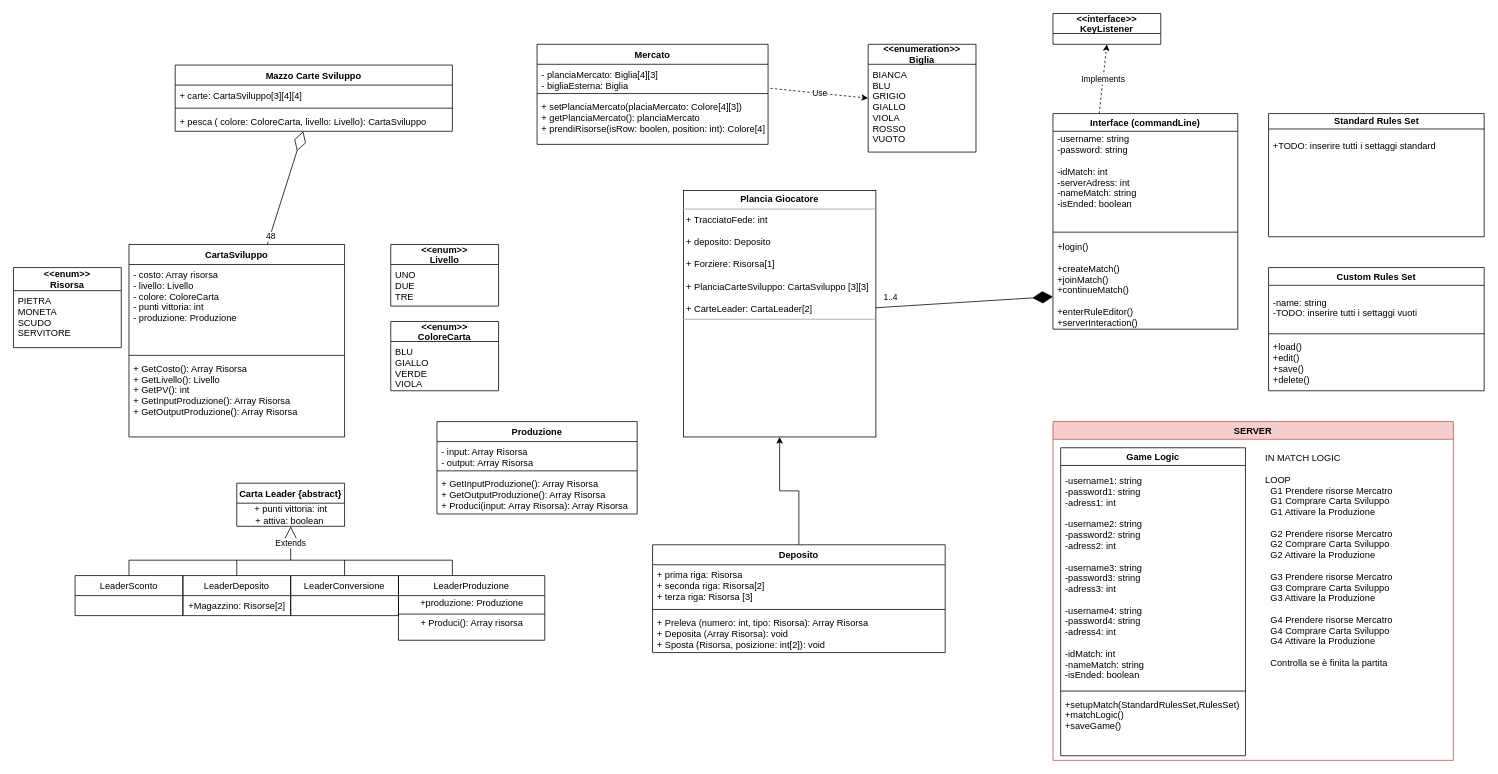
This is Untitled Diagram.drawio from DavideLancini/ing-sw-2021-Lancini-Gilli-Frigerio, a draw.io file, before an edit. Source tidied: cells renumbered, new cells numbered last; positions are measured from the earlier drawing's top-left corner, leaving out a move shared by most shapes. Both pictures are drawn from the tidied source at 77%, with x=0, y=0 at pixel (13, 13).
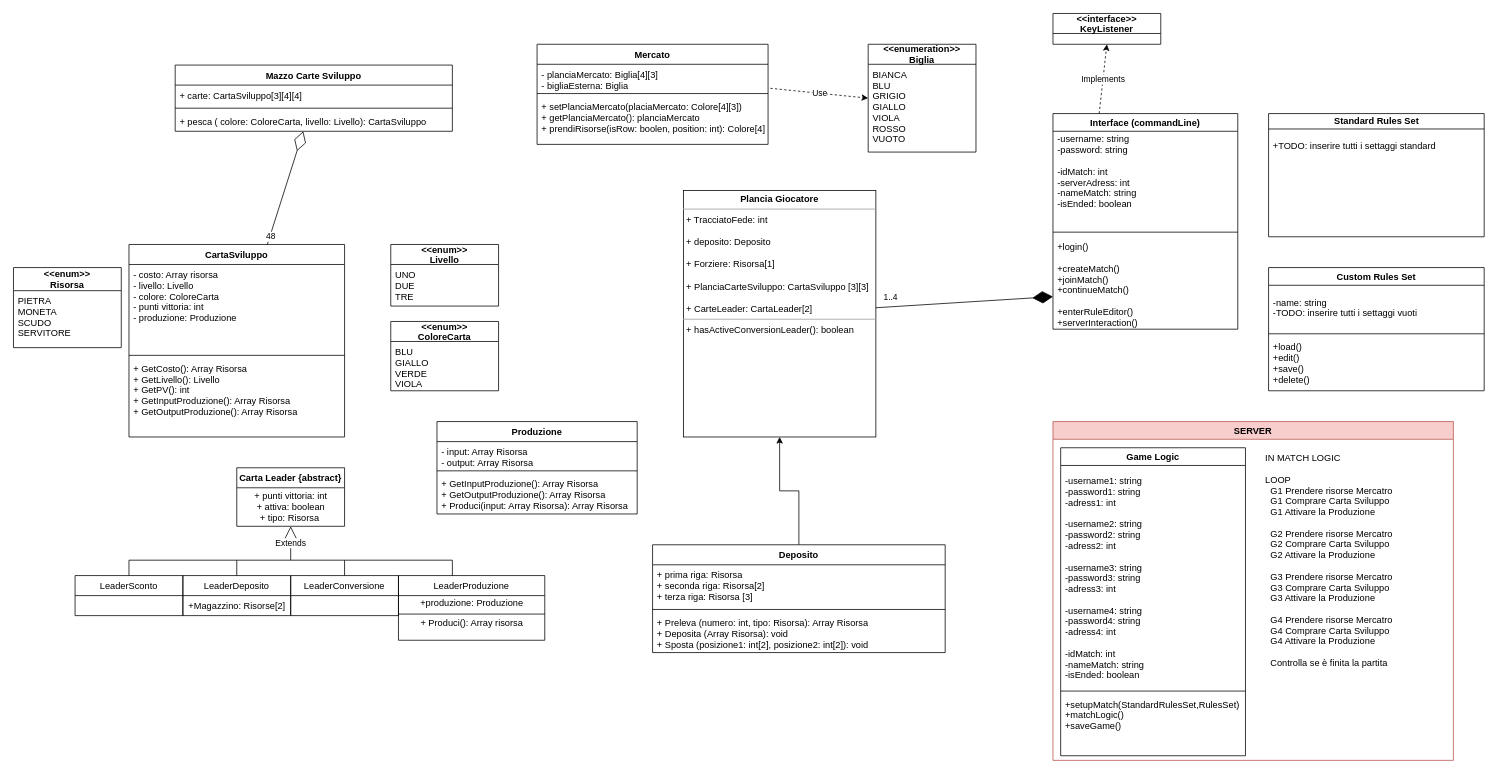
Above is the later version.

The change refers to these unchanged cells:
```xml
<mxCell id="59" value="Deposito" style="swimlane;fontStyle=1;align=center;verticalAlign=top;horizontal=1;startSize=26;swimlaneFillColor=#ffffff;" parent="1" vertex="1">
  <mxGeometry x="830" y="690" width="380" height="140" as="geometry" />
</mxCell>
```

What changed in the source:
```diff
@@
-    <mxCell id="6" value="&lt;p style=&quot;margin: 0px ; margin-top: 4px ; text-align: center&quot;&gt;&lt;b&gt;Plancia Giocatore&lt;/b&gt;&lt;/p&gt;&lt;hr size=&quot;1&quot;&gt;&lt;p style=&quot;margin: 0px ; margin-left: 4px&quot;&gt;+ TracciatoFede: int&lt;/p&gt;&lt;p style=&quot;margin: 0px ; margin-left: 4px&quot;&gt;&lt;br&gt;&lt;/p&gt;&lt;p style=&quot;margin: 0px ; margin-left: 4px&quot;&gt;+ deposito: Deposito&lt;/p&gt;&lt;p style=&quot;margin: 0px ; margin-left: 4px&quot;&gt;&lt;br&gt;&lt;/p&gt;&lt;p style=&quot;margin: 0px ; margin-left: 4px&quot;&gt;+ Forziere: Risorsa[1]&lt;/p&gt;&lt;p style=&quot;margin: 0px ; margin-left: 4px&quot;&gt;&lt;br&gt;&lt;/p&gt;&lt;p style=&quot;margin: 0px ; margin-left: 4px&quot;&gt;+ PlanciaCarteSviluppo: CartaSviluppo [3][3]&lt;/p&gt;&lt;p style=&quot;margin: 0px ; margin-left: 4px&quot;&gt;&lt;br&gt;&lt;/p&gt;&lt;p style=&quot;margin: 0px ; margin-left: 4px&quot;&gt;+ CarteLeader: CartaLeader[2]&lt;/p&gt;&lt;hr size=&quot;1&quot;&gt;&lt;p style=&quot;margin: 0px ; margin-left: 4px&quot;&gt;&lt;br&gt;&lt;/p&gt;" style="verticalAlign=top;align=left;overflow=fill;fontSize=12;fontFamily=Helvetica;html=1;" parent="1" vertex="1">
+    <mxCell id="6" value="&lt;p style=&quot;margin: 0px ; margin-top: 4px ; text-align: center&quot;&gt;&lt;b&gt;Plancia Giocatore&lt;/b&gt;&lt;/p&gt;&lt;hr size=&quot;1&quot;&gt;&lt;p style=&quot;margin: 0px ; margin-left: 4px&quot;&gt;+ TracciatoFede: int&lt;/p&gt;&lt;p style=&quot;margin: 0px ; margin-left: 4px&quot;&gt;&lt;br&gt;&lt;/p&gt;&lt;p style=&quot;margin: 0px ; margin-left: 4px&quot;&gt;+ deposito: Deposito&lt;/p&gt;&lt;p style=&quot;margin: 0px ; margin-left: 4px&quot;&gt;&lt;br&gt;&lt;/p&gt;&lt;p style=&quot;margin: 0px ; margin-left: 4px&quot;&gt;+ Forziere: Risorsa[1]&lt;/p&gt;&lt;p style=&quot;margin: 0px ; margin-left: 4px&quot;&gt;&lt;br&gt;&lt;/p&gt;&lt;p style=&quot;margin: 0px ; margin-left: 4px&quot;&gt;+ PlanciaCarteSviluppo: CartaSviluppo [3][3]&lt;/p&gt;&lt;p style=&quot;margin: 0px ; margin-left: 4px&quot;&gt;&lt;br&gt;&lt;/p&gt;&lt;p style=&quot;margin: 0px ; margin-left: 4px&quot;&gt;+ CarteLeader: CartaLeader[2]&lt;/p&gt;&lt;hr size=&quot;1&quot;&gt;&lt;p style=&quot;margin: 0px ; margin-left: 4px&quot;&gt;+ hasActiveConversionLeader(): boolean&lt;/p&gt;" style="verticalAlign=top;align=left;overflow=fill;fontSize=12;fontFamily=Helvetica;html=1;" parent="1" vertex="1">
       <mxGeometry x="870" y="230" width="250" height="320" as="geometry" />
     </mxCell>
@@
     <mxCell id="11" value="Carta Leader {abstract}" style="swimlane;fontStyle=1;horizontal=1;startSize=26;fillColor=none;" parent="1" vertex="1">
-      <mxGeometry x="290" y="610" width="140" height="56" as="geometry" />
+      <mxGeometry x="290" y="590" width="140" height="76" as="geometry" />
     </mxCell>
-    <mxCell id="12" value="&lt;span style=&quot;text-align: left&quot;&gt;+ punti vittoria: int&lt;br&gt;+ attiva: boolean&amp;nbsp;&lt;/span&gt;" style="text;html=1;align=center;verticalAlign=middle;" parent="11" vertex="1">
-      <mxGeometry y="26" width="140" height="30" as="geometry" />
+    <mxCell id="12" value="&lt;span style=&quot;text-align: left&quot;&gt;+ punti vittoria: int&lt;br&gt;+ attiva: boolean&lt;br&gt;+ tipo: Risorsa&amp;nbsp;&lt;/span&gt;" style="text;html=1;align=center;verticalAlign=middle;" parent="11" vertex="1">
+      <mxGeometry y="26" width="140" height="50" as="geometry" />
     </mxCell>
@@
-    <mxCell id="62" value="+ Preleva (numero: int, tipo: Risorsa): Array Risorsa&#10;+ Deposita (Array Risorsa): void&#10;+ Sposta (Risorsa, posizione: int[2]): void" style="text;strokeColor=none;fillColor=none;align=left;verticalAlign=top;spacingLeft=4;spacingRight=4;overflow=hidden;" parent="59" vertex="1">
+    <mxCell id="62" value="+ Preleva (numero: int, tipo: Risorsa): Array Risorsa&#10;+ Deposita (Array Risorsa): void&#10;+ Sposta (posizione1: int[2], posizione2: int[2]): void" style="text;strokeColor=none;fillColor=none;align=left;verticalAlign=top;spacingLeft=4;spacingRight=4;overflow=hidden;" parent="59" vertex="1">
       <mxGeometry y="88" width="380" height="52" as="geometry" />
     </mxCell>
```
